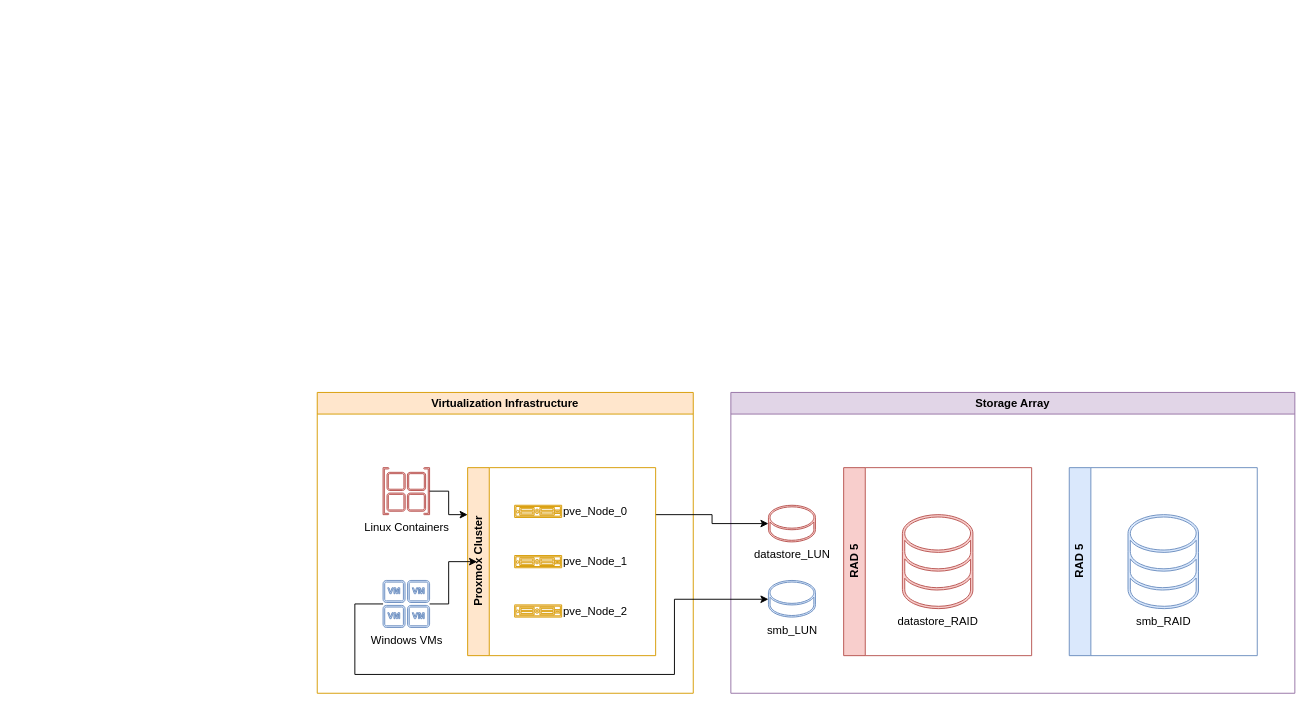
This is page "Página-1" (1 of 2) of FN-HA.drawio from incognia/Cultura, a draw.io file, before an edit. Source tidied: cells renumbered, new cells numbered last; positions are measured from the earlier drawing's top-left corner, leaving out a move shared by most shapes. Both pictures are drawn from the tidied source at 94%, with x=0, y=0 at pixel (317, 392).
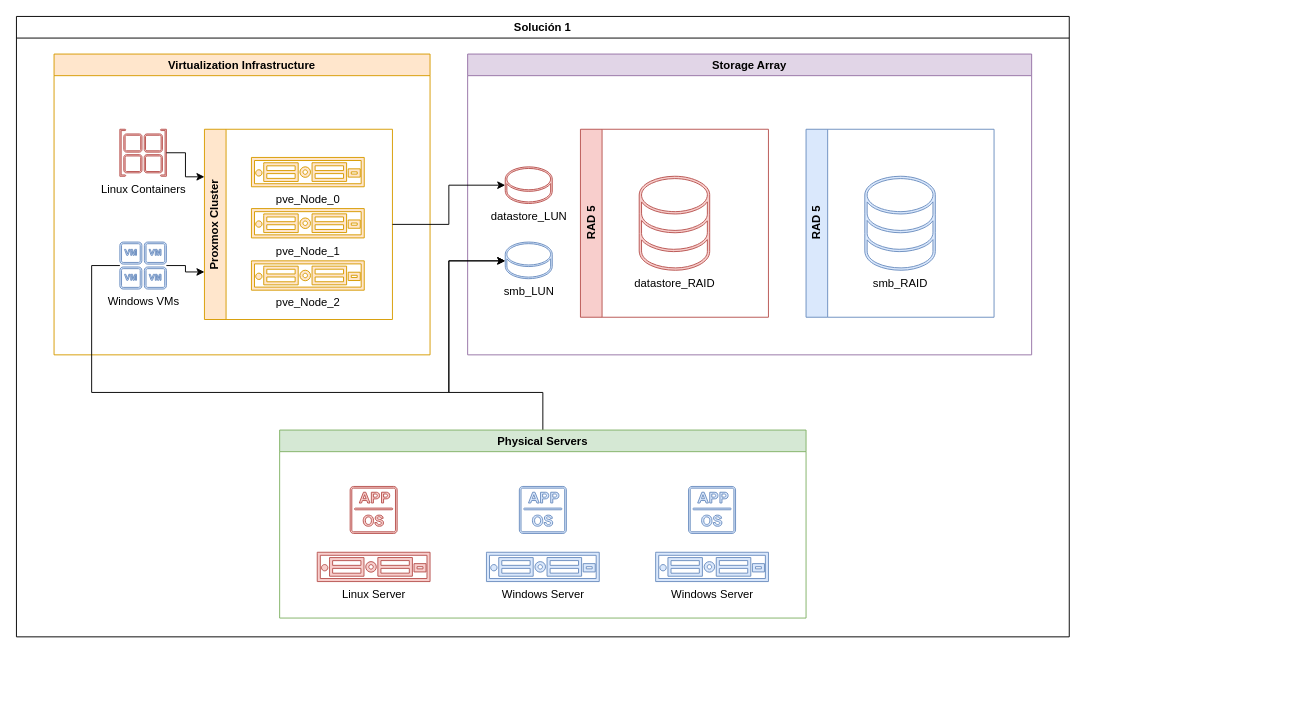
The same page after the edit.

Unchanged cells that the change refers to:
```xml
<mxCell id="3" value="datastore_LUN" style="sketch=0;shadow=0;dashed=0;html=1;strokeColor=#b85450;fillColor=#f8cecc;labelPosition=center;verticalLabelPosition=bottom;verticalAlign=top;align=center;outlineConnect=0;shape=mxgraph.vvd.datastore;" parent="2" vertex="1">
  <mxGeometry x="40" y="120" width="50" height="39" as="geometry" />
</mxCell>
<mxCell id="10" value="Linux Containers" style="sketch=0;shadow=0;dashed=0;html=1;strokeColor=#b85450;fillColor=#f8cecc;labelPosition=center;verticalLabelPosition=bottom;verticalAlign=top;align=center;outlineConnect=0;shape=mxgraph.vvd.site_container;" parent="9" vertex="1">
  <mxGeometry x="70" y="80" width="49.5" height="50" as="geometry" />
</mxCell>
<mxCell id="11" value="Windows VMs" style="sketch=0;shadow=0;dashed=0;html=1;strokeColor=#6c8ebf;fillColor=#dae8fc;labelPosition=center;verticalLabelPosition=bottom;verticalAlign=top;align=center;outlineConnect=0;shape=mxgraph.vvd.vm_group;" parent="9" vertex="1">
  <mxGeometry x="70" y="200" width="49.5" height="50" as="geometry" />
</mxCell>
```

What changed in the source:
```diff
@@
+    <mxCell id="20" value="Solución 1" style="swimlane;whiteSpace=wrap;html=1;" parent="1" vertex="1">
+      <mxGeometry x="-320" y="-400" width="1120" height="660" as="geometry" />
+    </mxCell>
-    <mxCell id="2" value="Storage Array" style="swimlane;whiteSpace=wrap;html=1;fillColor=#e1d5e7;strokeColor=#9673a6;" parent="1" vertex="1">
-      <mxGeometry x="440" width="600" height="320" as="geometry" />
+    <mxCell id="2" value="Storage Array" style="swimlane;whiteSpace=wrap;html=1;fillColor=#e1d5e7;strokeColor=#9673a6;" parent="20" vertex="1">
+      <mxGeometry x="480" y="40" width="600" height="320" as="geometry" />
     </mxCell>
@@
-    <mxCell id="4" value="smb_LUN" style="sketch=0;shadow=0;dashed=0;html=1;strokeColor=#6c8ebf;fillColor=#dae8fc;labelPosition=center;verticalLabelPosition=bottom;verticalAlign=top;align=center;outlineConnect=0;shape=mxgraph.vvd.datastore;" parent="2" vertex="1">
+    <mxCell id="4" value="smb_LUN" style="shadow=0;dashed=0;html=1;labelPosition=center;verticalLabelPosition=bottom;verticalAlign=top;align=center;outlineConnect=0;shape=mxgraph.vvd.datastore;fillColor=#dae8fc;fillStyle=solid;strokeColor=#6c8ebf;" parent="2" vertex="1">
       <mxGeometry x="40" y="200" width="50" height="39" as="geometry" />
     </mxCell>
@@
-    <mxCell id="9" value="Virtualization Infrastructure" style="swimlane;whiteSpace=wrap;html=1;fillColor=#ffe6cc;strokeColor=#d79b00;" parent="1" vertex="1">
-      <mxGeometry width="400" height="320" as="geometry" />
+    <mxCell id="9" value="Virtualization Infrastructure" style="swimlane;whiteSpace=wrap;html=1;fillColor=#ffe6cc;strokeColor=#d79b00;" parent="20" vertex="1">
+      <mxGeometry x="40" y="40" width="400" height="320" as="geometry" />
     </mxCell>
@@
-    <mxCell id="12" style="edgeStyle=orthogonalEdgeStyle;rounded=0;jettySize=auto;html=1;exitX=1;exitY=0.25;exitDx=0;exitDy=0;" parent="1" edge="1" source="13" target="3">
-      <mxGeometry relative="1" as="geometry" />
-    </mxCell>
-    <mxCell id="13" value="Proxmox Cluster" style="swimlane;horizontal=0;whiteSpace=wrap;html=1;fillColor=#ffe6cc;strokeColor=#d79b00;" parent="1" vertex="1">
-      <mxGeometry x="160" y="80" width="200" height="200" as="geometry" />
+    <mxCell id="13" value="Proxmox Cluster" style="swimlane;horizontal=0;whiteSpace=wrap;html=1;fillColor=#ffe6cc;strokeColor=#d79b00;" parent="9" vertex="1">
+      <mxGeometry x="160" y="80" width="200" height="202.4" as="geometry" />
     </mxCell>
-    <mxCell id="14" value="pve_Node_0" style="sketch=0;shadow=0;dashed=0;html=1;strokeColor=#d79b00;fillColor=#ffe6cc;labelPosition=right;verticalLabelPosition=middle;verticalAlign=middle;align=left;shape=mxgraph.vvd.server;" parent="13" vertex="1">
-      <mxGeometry x="50" y="40" width="50" height="13" as="geometry" />
+    <mxCell id="14" value="pve_Node_0" style="sketch=0;shadow=0;dashed=0;html=1;strokeColor=#d79b00;fillColor=#ffe6cc;labelPosition=center;verticalLabelPosition=bottom;verticalAlign=top;align=center;shape=mxgraph.vvd.server;" parent="13" vertex="1">
+      <mxGeometry x="50" y="30" width="120" height="31.2" as="geometry" />
     </mxCell>
-    <mxCell id="15" value="pve_Node_1" style="sketch=0;shadow=0;dashed=0;html=1;strokeColor=#d79b00;fillColor=#ffe6cc;labelPosition=right;verticalLabelPosition=middle;verticalAlign=middle;align=left;shape=mxgraph.vvd.server;" parent="13" vertex="1">
-      <mxGeometry x="50" y="93.5" width="50" height="13" as="geometry" />
+    <mxCell id="15" value="pve_Node_1" style="sketch=0;shadow=0;dashed=0;html=1;strokeColor=#d79b00;fillColor=#ffe6cc;labelPosition=center;verticalLabelPosition=bottom;verticalAlign=top;align=center;shape=mxgraph.vvd.server;" parent="13" vertex="1">
+      <mxGeometry x="50" y="84.4" width="120" height="31.2" as="geometry" />
     </mxCell>
-    <mxCell id="16" value="pve_Node_2" style="sketch=0;shadow=0;dashed=0;html=1;strokeColor=#d79b00;fillColor=#ffe6cc;labelPosition=right;verticalLabelPosition=middle;verticalAlign=middle;align=left;shape=mxgraph.vvd.server;" parent="13" vertex="1">
-      <mxGeometry x="50" y="146" width="50" height="13" as="geometry" />
+    <mxCell id="16" value="pve_Node_2" style="sketch=0;shadow=0;dashed=0;html=1;strokeColor=#d79b00;fillColor=#ffe6cc;labelPosition=center;verticalLabelPosition=bottom;verticalAlign=top;align=center;shape=mxgraph.vvd.server;" parent="13" vertex="1">
+      <mxGeometry x="50" y="140" width="120" height="31.2" as="geometry" />
     </mxCell>
-    <mxCell id="17" style="edgeStyle=orthogonalEdgeStyle;rounded=0;jettySize=auto;html=1;" parent="1" edge="1" source="11" target="4">
-      <mxGeometry relative="1" as="geometry">
-        <Array as="points">
-          <mxPoint x="40" y="225" />
-          <mxPoint x="40" y="300" />
-          <mxPoint x="380" y="300" />
-          <mxPoint x="380" y="220" />
-        </Array>
-      </mxGeometry>
-    </mxCell>
-    <mxCell id="18" style="edgeStyle=orthogonalEdgeStyle;rounded=0;jettySize=auto;html=1;entryX=0;entryY=0.25;entryDx=0;entryDy=0;" parent="1" edge="1" source="10" target="13">
+    <mxCell id="18" style="edgeStyle=orthogonalEdgeStyle;rounded=0;jettySize=auto;html=1;entryX=0;entryY=0.25;entryDx=0;entryDy=0;" parent="9" edge="1" source="10" target="13">
       <mxGeometry relative="1" as="geometry" />
     </mxCell>
-    <mxCell id="19" style="edgeStyle=orthogonalEdgeStyle;rounded=0;jettySize=auto;html=1;entryX=0.05;entryY=0.5;entryDx=0;entryDy=0;entryPerimeter=0;" parent="1" edge="1" source="11" target="13">
+    <mxCell id="19" style="edgeStyle=orthogonalEdgeStyle;rounded=0;jettySize=auto;html=1;entryX=0;entryY=0.75;entryDx=0;entryDy=0;" parent="9" edge="1" source="11" target="13">
       <mxGeometry relative="1" as="geometry" />
     </mxCell>
+    <mxCell id="12" style="edgeStyle=orthogonalEdgeStyle;rounded=0;jettySize=auto;html=1;exitX=1;exitY=0.5;exitDx=0;exitDy=0;" parent="20" edge="1" source="13" target="3">
+      <mxGeometry relative="1" as="geometry" />
+    </mxCell>
+    <mxCell id="17" style="edgeStyle=orthogonalEdgeStyle;rounded=0;jettySize=auto;html=1;" parent="20" edge="1" source="11" target="4">
+      <mxGeometry relative="1" as="geometry">
+        <Array as="points">
+          <mxPoint x="80" y="265" />
+          <mxPoint x="80" y="400" />
+          <mxPoint x="460" y="400" />
+          <mxPoint x="460" y="260" />
+        </Array>
+      </mxGeometry>
+    </mxCell>
+    <mxCell id="21" style="edgeStyle=orthogonalEdgeStyle;rounded=0;jettySize=auto;html=1;exitX=0.5;exitY=0;exitDx=0;exitDy=0;" parent="20" edge="1" source="22" target="4">
+      <mxGeometry relative="1" as="geometry">
+        <Array as="points">
+          <mxPoint x="560" y="400" />
+          <mxPoint x="460" y="400" />
+          <mxPoint x="460" y="260" />
+        </Array>
+      </mxGeometry>
+    </mxCell>
+    <mxCell id="22" value="Physical Servers" style="swimlane;whiteSpace=wrap;html=1;fillColor=#d5e8d4;strokeColor=#82b366;" parent="20" vertex="1">
+      <mxGeometry x="280" y="440" width="560" height="200" as="geometry" />
+    </mxCell>
+    <mxCell id="23" value="Linux Server" style="sketch=0;shadow=0;dashed=0;html=1;strokeColor=#b85450;fillColor=#f8cecc;labelPosition=center;verticalLabelPosition=bottom;verticalAlign=top;align=center;shape=mxgraph.vvd.server;" parent="22" vertex="1">
+      <mxGeometry x="40" y="130" width="120" height="31.2" as="geometry" />
+    </mxCell>
+    <mxCell id="24" value="Windows Server" style="sketch=0;shadow=0;dashed=0;html=1;strokeColor=#6c8ebf;fillColor=#dae8fc;labelPosition=center;verticalLabelPosition=bottom;verticalAlign=top;align=center;shape=mxgraph.vvd.server;" parent="22" vertex="1">
+      <mxGeometry x="220" y="130" width="120" height="31.2" as="geometry" />
+    </mxCell>
+    <mxCell id="25" value="Windows Server" style="sketch=0;shadow=0;dashed=0;html=1;strokeColor=#6c8ebf;fillColor=#dae8fc;labelPosition=center;verticalLabelPosition=bottom;verticalAlign=top;align=center;shape=mxgraph.vvd.server;" parent="22" vertex="1">
+      <mxGeometry x="400" y="130" width="120" height="31.2" as="geometry" />
+    </mxCell>
+    <mxCell id="26" style="sketch=0;shadow=0;dashed=0;html=1;strokeColor=#b85450;fillColor=#f8cecc;labelPosition=center;verticalLabelPosition=bottom;verticalAlign=top;align=center;shape=mxgraph.vvd.app;" parent="22" vertex="1">
+      <mxGeometry x="75" y="60" width="50" height="50" as="geometry" />
+    </mxCell>
+    <mxCell id="27" style="sketch=0;shadow=0;dashed=0;html=1;strokeColor=#6c8ebf;fillColor=#dae8fc;labelPosition=center;verticalLabelPosition=bottom;verticalAlign=top;align=center;shape=mxgraph.vvd.app;" parent="22" vertex="1">
+      <mxGeometry x="255" y="60" width="50" height="50" as="geometry" />
+    </mxCell>
+    <mxCell id="28" style="sketch=0;shadow=0;dashed=0;html=1;strokeColor=#6c8ebf;fillColor=#dae8fc;labelPosition=center;verticalLabelPosition=bottom;verticalAlign=top;align=center;shape=mxgraph.vvd.app;" parent="22" vertex="1">
+      <mxGeometry x="435" y="60" width="50" height="50" as="geometry" />
+    </mxCell>
```
